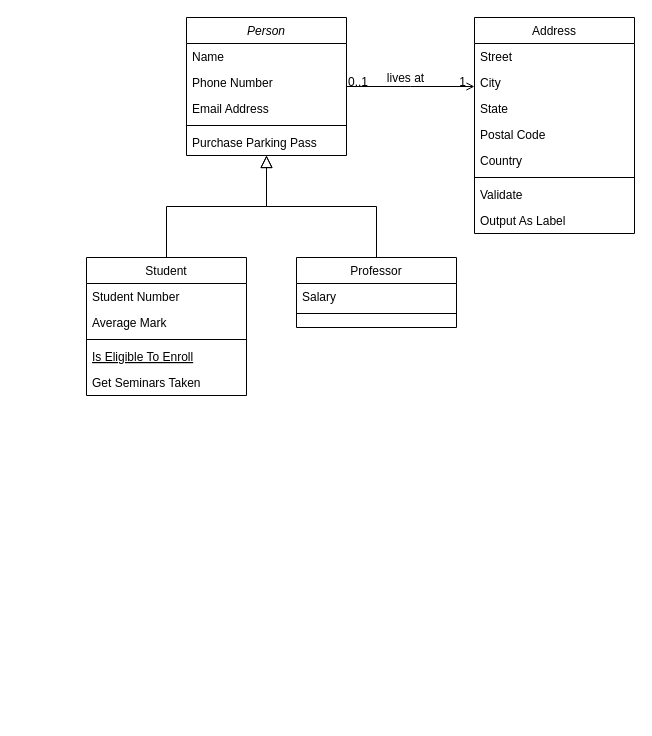
The draw.io diagram Untitled Diagram.drawio in NguyenMinh1912/classdiagram, before the edit. Source tidied: cells renumbered, new cells numbered last; positions are measured from the earlier drawing's top-left corner, leaving out a move shared by most shapes. Both pictures are drawn from the tidied source at 100%, with x=0, y=0 at pixel (86, 17).
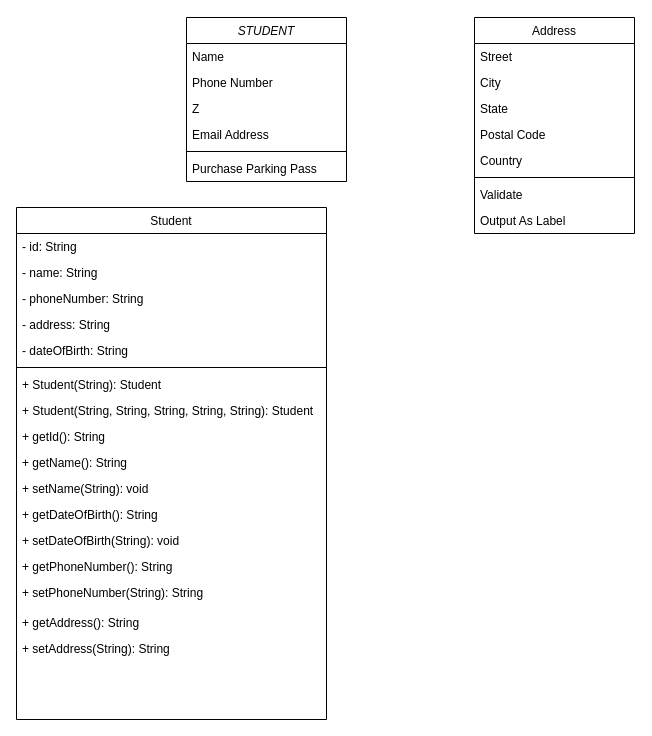
After the change.

Unchanged cells that the change refers to:
```xml
<mxCell id="19" value="Address" style="swimlane;fontStyle=0;align=center;verticalAlign=top;horizontal=1;startSize=26;rounded=0;shadow=0;strokeWidth=1;" parent="1" vertex="1">
  <mxGeometry x="388" width="160" height="216" as="geometry" />
</mxCell>
```

Diff of the diagram source:
```diff
@@
-    <mxCell id="2" value="Person" style="swimlane;fontStyle=2;align=center;verticalAlign=top;horizontal=1;startSize=26;rounded=0;shadow=0;strokeWidth=1;" parent="1" vertex="1">
-      <mxGeometry x="100" width="160" height="138" as="geometry" />
+    <mxCell id="2" value="STUDENT" style="swimlane;fontStyle=2;align=center;verticalAlign=top;horizontal=1;startSize=26;rounded=0;shadow=0;strokeWidth=1;" parent="1" vertex="1">
+      <mxGeometry x="100" width="160" height="164" as="geometry" />
     </mxCell>
@@
+    <mxCell id="32" value="Z" style="text;align=left;verticalAlign=top;spacingLeft=4;spacingRight=4;overflow=hidden;rounded=0;shadow=0;html=0;" parent="2" vertex="1">
+      <mxGeometry y="78" width="160" height="26" as="geometry" />
+    </mxCell>
     <mxCell id="5" value="Email Address" style="text;align=left;verticalAlign=top;spacingLeft=4;spacingRight=4;overflow=hidden;rounded=0;shadow=0;html=0;" parent="2" vertex="1">
-      <mxGeometry y="78" width="160" height="26" as="geometry" />
+      <mxGeometry y="104" width="160" height="26" as="geometry" />
     </mxCell>
     <mxCell id="6" style="line;html=1;strokeWidth=1;align=left;verticalAlign=middle;spacingTop=-1;spacingLeft=3;spacingRight=3;labelPosition=right;" parent="2" vertex="1">
-      <mxGeometry y="104" width="160" height="8" as="geometry" />
+      <mxGeometry y="130" width="160" height="8" as="geometry" />
     </mxCell>
     <mxCell id="7" value="Purchase Parking Pass" style="text;align=left;verticalAlign=top;spacingLeft=4;spacingRight=4;overflow=hidden;" parent="2" vertex="1">
-      <mxGeometry y="112" width="160" height="26" as="geometry" />
+      <mxGeometry y="138" width="160" height="26" as="geometry" />
     </mxCell>
     <mxCell id="8" value="Student" style="swimlane;fontStyle=0;align=center;verticalAlign=top;horizontal=1;startSize=26;rounded=0;shadow=0;strokeWidth=1;" parent="1" vertex="1">
-      <mxGeometry y="240" width="160" height="138" as="geometry" />
+      <mxGeometry x="-70" y="190" width="310" height="512" as="geometry" />
     </mxCell>
-    <mxCell id="9" value="Student Number" style="text;align=left;verticalAlign=top;spacingLeft=4;spacingRight=4;overflow=hidden;" parent="8" vertex="1">
-      <mxGeometry y="26" width="160" height="26" as="geometry" />
+    <mxCell id="9" value="- id: String" style="text;align=left;verticalAlign=top;spacingLeft=4;spacingRight=4;overflow=hidden;" parent="8" vertex="1">
+      <mxGeometry y="26" width="310" height="26" as="geometry" />
     </mxCell>
-    <mxCell id="10" value="Average Mark" style="text;align=left;verticalAlign=top;spacingLeft=4;spacingRight=4;overflow=hidden;rounded=0;shadow=0;html=0;" parent="8" vertex="1">
-      <mxGeometry y="52" width="160" height="26" as="geometry" />
+    <mxCell id="10" value="- name: String" style="text;align=left;verticalAlign=top;spacingLeft=4;spacingRight=4;overflow=hidden;rounded=0;shadow=0;html=0;" parent="8" vertex="1">
+      <mxGeometry y="52" width="310" height="26" as="geometry" />
     </mxCell>
+    <mxCell id="33" value="- phoneNumber: String" style="text;align=left;verticalAlign=top;spacingLeft=4;spacingRight=4;overflow=hidden;rounded=0;shadow=0;html=0;" parent="8" vertex="1">
+      <mxGeometry y="78" width="310" height="26" as="geometry" />
+    </mxCell>
+    <mxCell id="34" value="- address: String" style="text;align=left;verticalAlign=top;spacingLeft=4;spacingRight=4;overflow=hidden;rounded=0;shadow=0;html=0;" parent="8" vertex="1">
+      <mxGeometry y="104" width="310" height="26" as="geometry" />
+    </mxCell>
+    <mxCell id="35" value="- dateOfBirth: String" style="text;align=left;verticalAlign=top;spacingLeft=4;spacingRight=4;overflow=hidden;rounded=0;shadow=0;html=0;" parent="8" vertex="1">
+      <mxGeometry y="130" width="310" height="26" as="geometry" />
+    </mxCell>
     <mxCell id="11" style="line;html=1;strokeWidth=1;align=left;verticalAlign=middle;spacingTop=-1;spacingLeft=3;spacingRight=3;labelPosition=right;" parent="8" vertex="1">
-      <mxGeometry y="78" width="160" height="8" as="geometry" />
+      <mxGeometry y="156" width="310" height="8" as="geometry" />
     </mxCell>
-    <mxCell id="12" value="Is Eligible To Enroll" style="text;align=left;verticalAlign=top;spacingLeft=4;spacingRight=4;overflow=hidden;fontStyle=4;" parent="8" vertex="1">
-      <mxGeometry y="86" width="160" height="26" as="geometry" />
-    </mxCell>
-    <mxCell id="13" value="Get Seminars Taken" style="text;align=left;verticalAlign=top;spacingLeft=4;spacingRight=4;overflow=hidden;" parent="8" vertex="1">
-      <mxGeometry y="112" width="160" height="26" as="geometry" />
-    </mxCell>
-    <mxCell id="14" style="endArrow=block;endSize=10;endFill=0;shadow=0;strokeWidth=1;rounded=0;edgeStyle=elbowEdgeStyle;elbow=vertical;" parent="1" edge="1" source="8" target="2">
-      <mxGeometry relative="1" as="geometry" />
-    </mxCell>
-    <mxCell id="15" value="Professor" style="swimlane;fontStyle=0;align=center;verticalAlign=top;horizontal=1;startSize=26;rounded=0;shadow=0;strokeWidth=1;" parent="1" vertex="1">
-      <mxGeometry x="210" y="240" width="160" height="70" as="geometry" />
-    </mxCell>
-    <mxCell id="16" value="Salary" style="text;align=left;verticalAlign=top;spacingLeft=4;spacingRight=4;overflow=hidden;" parent="15" vertex="1">
-      <mxGeometry y="26" width="160" height="26" as="geometry" />
-    </mxCell>
-    <mxCell id="17" style="line;html=1;strokeWidth=1;align=left;verticalAlign=middle;spacingTop=-1;spacingLeft=3;spacingRight=3;labelPosition=right;" parent="15" vertex="1">
-      <mxGeometry y="52" width="160" height="8" as="geometry" />
-    </mxCell>
-    <mxCell id="18" style="endArrow=block;endSize=10;endFill=0;shadow=0;strokeWidth=1;rounded=0;edgeStyle=elbowEdgeStyle;elbow=vertical;" parent="1" edge="1" source="15" target="2">
-      <mxGeometry relative="1" as="geometry" />
-    </mxCell>
+    <mxCell id="36" value="+ Student(String): Student" style="text;align=left;verticalAlign=top;spacingLeft=4;spacingRight=4;overflow=hidden;rounded=0;shadow=0;html=0;" parent="8" vertex="1">
+      <mxGeometry y="164" width="310" height="26" as="geometry" />
+    </mxCell>
+    <mxCell id="37" value="+ Student(String, String, String, String, String): Student" style="text;align=left;verticalAlign=top;spacingLeft=4;spacingRight=4;overflow=hidden;rounded=0;shadow=0;html=0;" parent="8" vertex="1">
+      <mxGeometry y="190" width="310" height="26" as="geometry" />
+    </mxCell>
+    <mxCell id="38" value="+ getId(): String" style="text;align=left;verticalAlign=top;spacingLeft=4;spacingRight=4;overflow=hidden;rounded=0;shadow=0;html=0;" parent="8" vertex="1">
+      <mxGeometry y="216" width="310" height="26" as="geometry" />
+    </mxCell>
+    <mxCell id="39" value="+ getName(): String" style="text;align=left;verticalAlign=top;spacingLeft=4;spacingRight=4;overflow=hidden;rounded=0;shadow=0;html=0;" parent="8" vertex="1">
+      <mxGeometry y="242" width="310" height="26" as="geometry" />
+    </mxCell>
+    <mxCell id="40" value="+ setName(String): void" style="text;align=left;verticalAlign=top;spacingLeft=4;spacingRight=4;overflow=hidden;rounded=0;shadow=0;html=0;" parent="8" vertex="1">
+      <mxGeometry y="268" width="310" height="26" as="geometry" />
+    </mxCell>
+    <mxCell id="41" value="+ getDateOfBirth(): String" style="text;align=left;verticalAlign=top;spacingLeft=4;spacingRight=4;overflow=hidden;rounded=0;shadow=0;html=0;" parent="8" vertex="1">
+      <mxGeometry y="294" width="310" height="26" as="geometry" />
+    </mxCell>
+    <mxCell id="42" value="+ setDateOfBirth(String): void" style="text;align=left;verticalAlign=top;spacingLeft=4;spacingRight=4;overflow=hidden;rounded=0;shadow=0;html=0;" parent="8" vertex="1">
+      <mxGeometry y="320" width="310" height="26" as="geometry" />
+    </mxCell>
+    <mxCell id="43" value="+ getPhoneNumber(): String" style="text;align=left;verticalAlign=top;spacingLeft=4;spacingRight=4;overflow=hidden;rounded=0;shadow=0;html=0;" parent="8" vertex="1">
+      <mxGeometry y="346" width="310" height="26" as="geometry" />
+    </mxCell>
+    <mxCell id="44" value="+ setPhoneNumber(String): String" style="text;align=left;verticalAlign=top;spacingLeft=4;spacingRight=4;overflow=hidden;rounded=0;shadow=0;html=0;" parent="8" vertex="1">
+      <mxGeometry y="372" width="310" height="30" as="geometry" />
+    </mxCell>
+    <mxCell id="45" value="+ getAddress(): String" style="text;align=left;verticalAlign=top;spacingLeft=4;spacingRight=4;overflow=hidden;rounded=0;shadow=0;html=0;" parent="8" vertex="1">
+      <mxGeometry y="402" width="310" height="26" as="geometry" />
+    </mxCell>
+    <mxCell id="46" value="+ setAddress(String): String" style="text;align=left;verticalAlign=top;spacingLeft=4;spacingRight=4;overflow=hidden;rounded=0;shadow=0;html=0;" parent="8" vertex="1">
+      <mxGeometry y="428" width="310" height="30" as="geometry" />
+    </mxCell>
@@
-    <mxCell id="28" style="endArrow=open;shadow=0;strokeWidth=1;rounded=0;endFill=1;edgeStyle=elbowEdgeStyle;elbow=vertical;" parent="1" edge="1" source="2" target="19">
-      <mxGeometry x="0.5" y="41" relative="1" as="geometry">
-        <mxPoint x="-40" y="32" as="offset" />
-      </mxGeometry>
-    </mxCell>
-    <mxCell id="29" value="0..1" style="align=left;verticalAlign=bottom;labelBackgroundColor=none;fontSize=12;" parent="28" vertex="1">
-      <mxGeometry x="-1" relative="1" as="geometry">
-        <mxPoint y="4" as="offset" />
-      </mxGeometry>
-    </mxCell>
-    <mxCell id="30" value="1" style="align=right;verticalAlign=bottom;labelBackgroundColor=none;fontSize=12;" parent="28" vertex="1">
-      <mxGeometry x="1" relative="1" as="geometry">
-        <mxPoint x="-7" y="4" as="offset" />
-      </mxGeometry>
-    </mxCell>
-    <mxCell id="31" value="lives at" style="text;html=1;align=center;verticalAlign=middle;labelBackgroundColor=none;rounded=0;shadow=0;strokeWidth=1;fontSize=12;" parent="28" vertex="1">
-      <mxGeometry x="0.5" y="49" relative="1" as="geometry">
-        <mxPoint x="-38" y="40" as="offset" />
-      </mxGeometry>
-    </mxCell>
```
